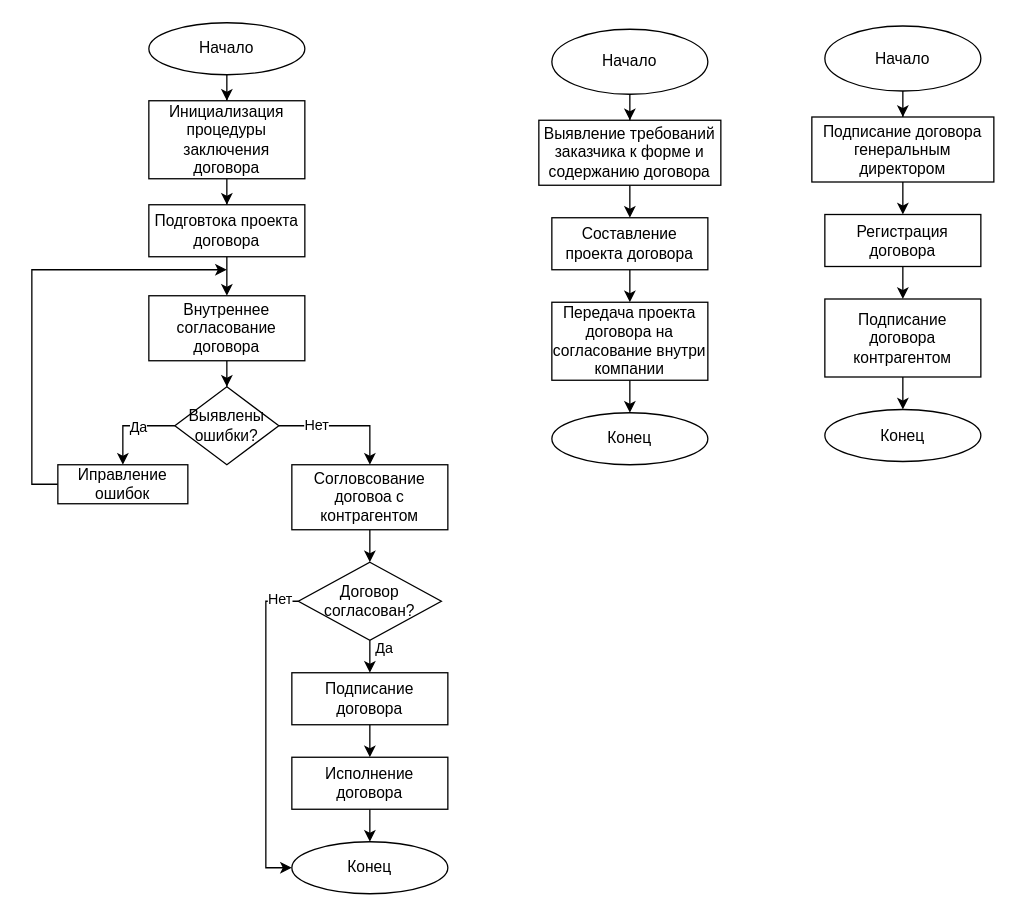
Above: МБП/prac27.drawio in Ikrom27/mirea-practic (draw.io), before the change. Source tidied: cells renumbered, new cells numbered last; positions are measured from the earlier drawing's top-left corner, leaving out a move shared by most shapes. Both pictures are drawn from the tidied source at 130%, with x=0, y=0 at pixel (31, 22).
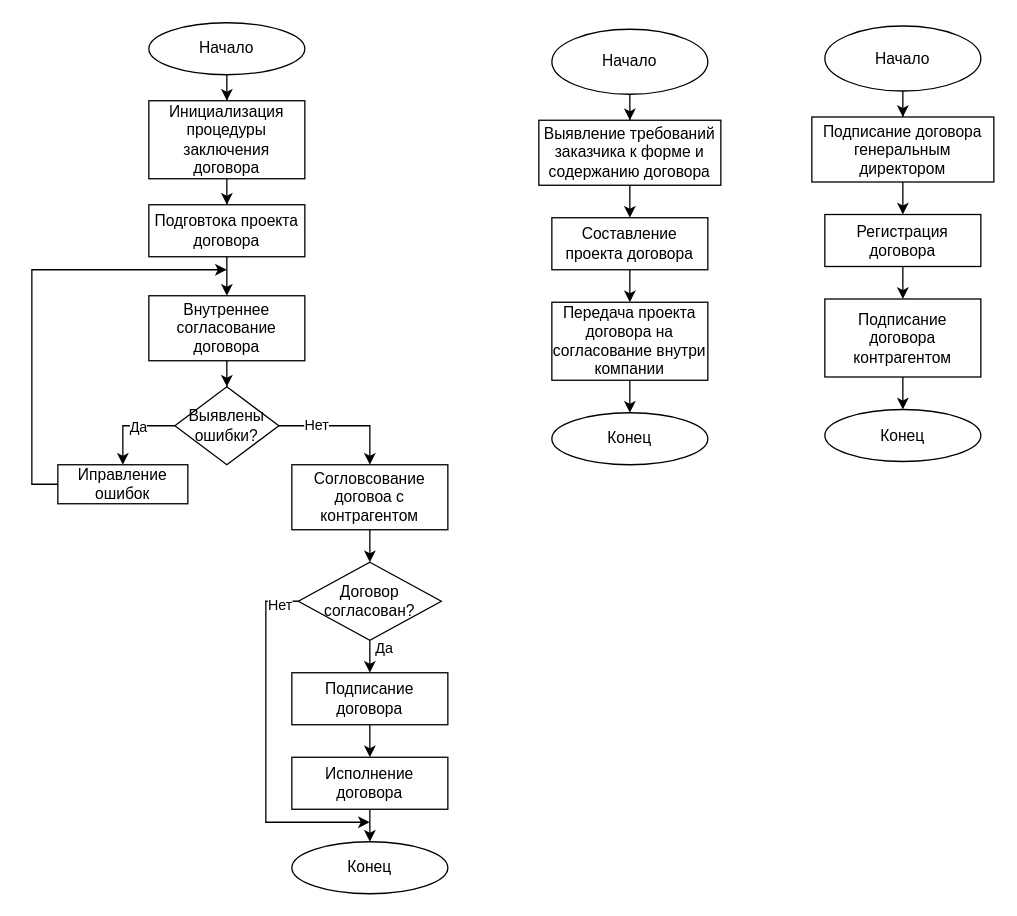
Above is the later version.

Commit message (it also covers changes not shown here):
mbp, prac28 complete

Unchanged cells that the change refers to:
```xml
<mxCell id="21" value="Конец" style="ellipse;whiteSpace=wrap;html=1;" parent="1" vertex="1">
  <mxGeometry x="200" y="630" width="120" height="40" as="geometry" />
</mxCell>
<mxCell id="26" value="Договор согласован?" style="rhombus;whiteSpace=wrap;html=1;" parent="1" vertex="1">
  <mxGeometry x="205" y="415" width="110" height="60" as="geometry" />
</mxCell>
```

Diff of the diagram source:
```diff
@@
-    <mxCell id="24" style="edgeStyle=orthogonalEdgeStyle;rounded=0;jettySize=auto;html=1;entryX=0;entryY=0.5;entryDx=0;entryDy=0;" parent="1" edge="1" source="26" target="21">
+    <mxCell id="24" style="edgeStyle=orthogonalEdgeStyle;rounded=0;jettySize=auto;html=1;exitX=0;exitY=0.5;exitDx=0;exitDy=0;" parent="1" edge="1" source="26">
       <mxGeometry relative="1" as="geometry">
+        <mxPoint x="260" y="615" as="targetPoint" />
         <Array as="points">
           <mxPoint x="180" y="445" />
-          <mxPoint x="180" y="650" />
+          <mxPoint x="180" y="615" />
         </Array>
       </mxGeometry>
     </mxCell>
```
